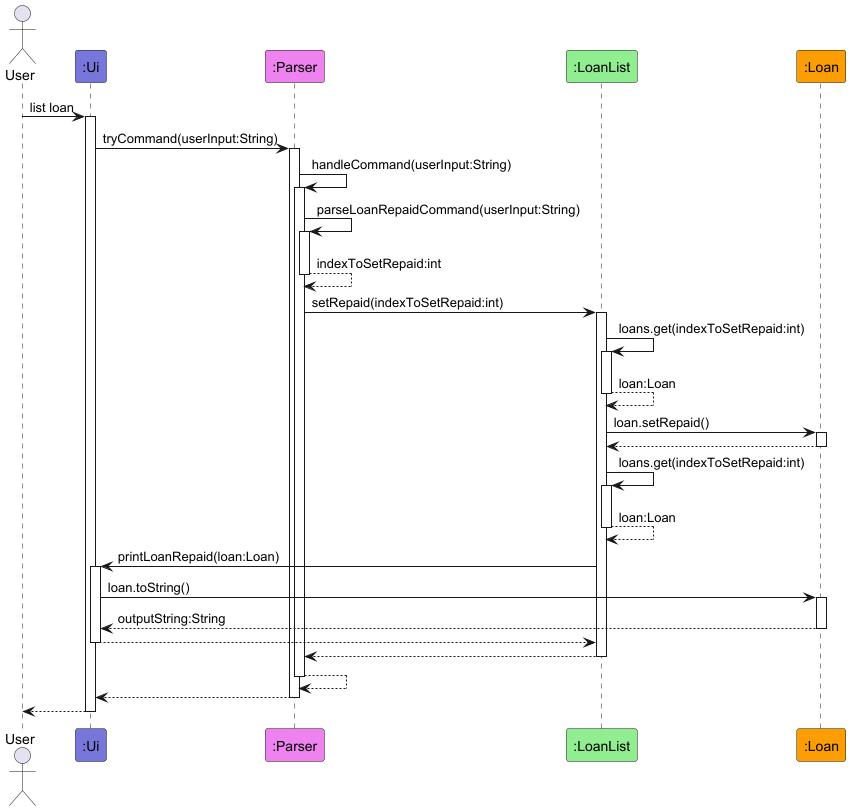
Before: docs/diagrams/loan/LoanRepaidSequenceDiagram.png, a diagram exported from PlantUML (AY2526S1-CS2113-T10-1/tp).
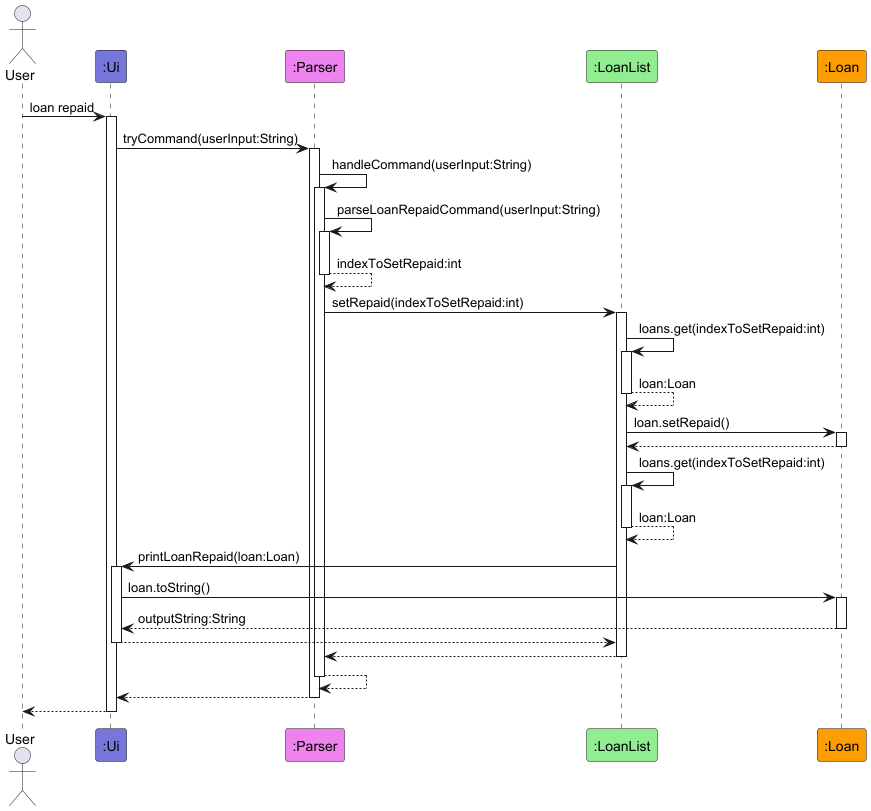
Later version of the same file.

Commit message:
Fix sequence diagrams of loan repaid and loan not repaid commands

What changed in the source:
```diff
@@ -1,5 +1,5 @@
 @startuml
-!include style.puml
+!include ../style.puml
 
 actor User
 
@@ -8,7 +8,7 @@
 participant ":LoanList" as LoanList LOGIC_COLOR_T3
 participant ":Loan" as Loan LOGIC_COLOR_T4
 
-User -> Ui ++: list loan
+User -> Ui ++: loan repaid
 
 Ui -> Parser ++: tryCommand(userInput:String)
 
```
